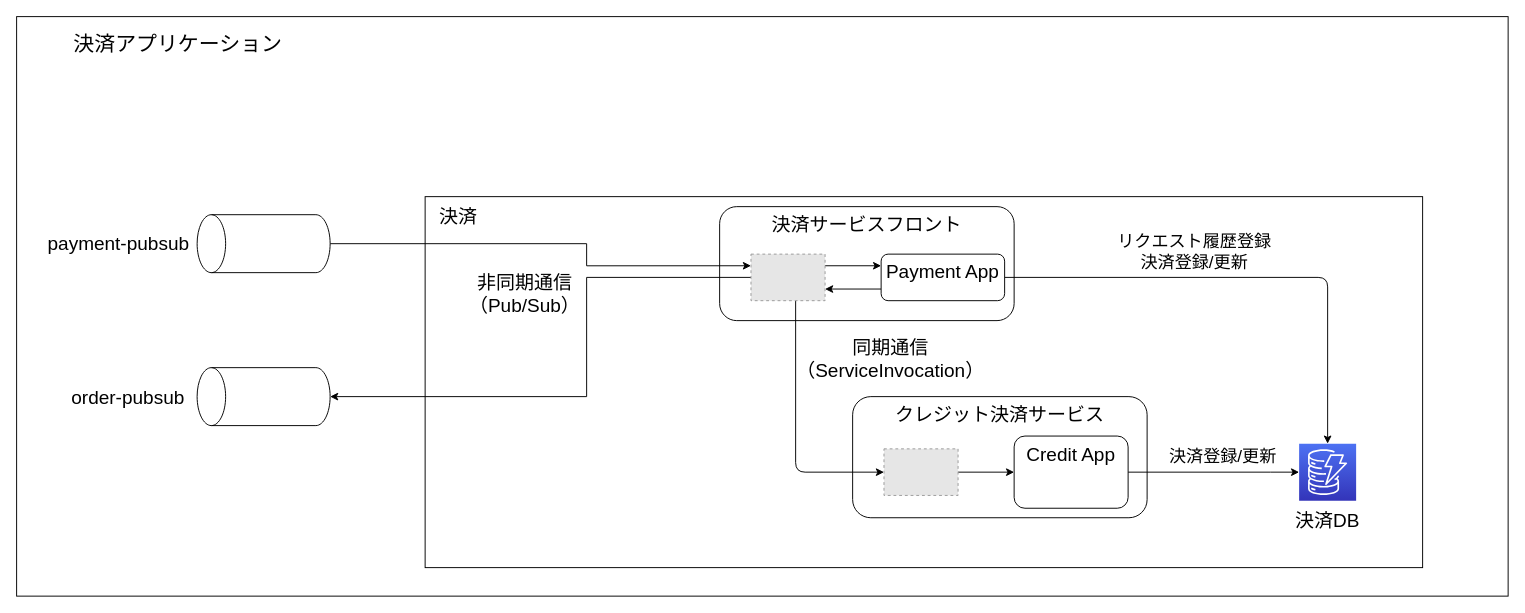
Before: assets/architecture.drawio in nautible/nautible-app-ms-payment, a draw.io diagram. Source tidied: cells renumbered, new cells numbered last; positions are measured from the earlier drawing's top-left corner, leaving out a move shared by most shapes. Both pictures are drawn from the tidied source at 95%, with x=0, y=0 at pixel (16, 16). Pictures stored in the file or linked from it are replaced by grey dashed boxes.
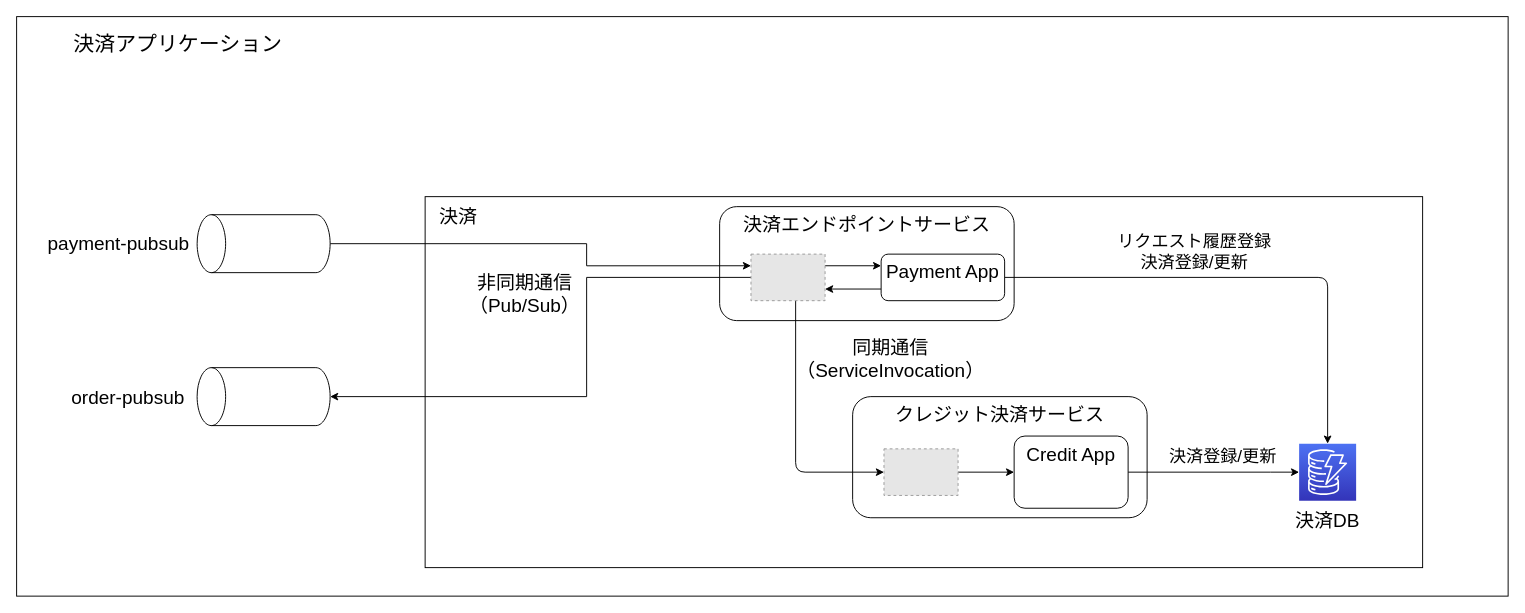
The same diagram, later.

Commit message (it also covers changes not shown here):
ドキュメント修正

What changed in the source:
```diff
@@
-    <mxCell id="8" value="&lt;span style=&quot;font-size: 20px&quot;&gt;決済サービスフロント&lt;/span&gt;" style="rounded=1;whiteSpace=wrap;html=1;align=center;verticalAlign=top;" parent="1" vertex="1">
+    <mxCell id="8" value="&lt;span style=&quot;font-size: 20px&quot;&gt;決済エンドポイントサービス&lt;/span&gt;" style="rounded=1;whiteSpace=wrap;html=1;align=center;verticalAlign=top;" parent="1" vertex="1">
       <mxGeometry x="740" y="200" width="310" height="120" as="geometry" />
     </mxCell>
```
